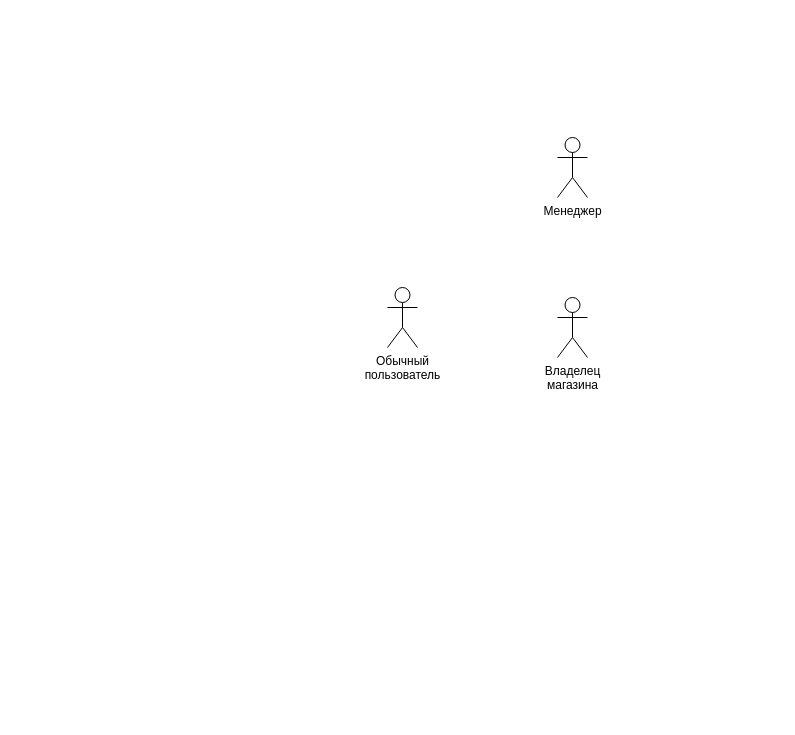
This is прецеденты.drawio from ktsin/CW_IGI, a draw.io file, before an edit. Source tidied: cells renumbered, new cells numbered last; positions are measured from the earlier drawing's top-left corner, leaving out a move shared by most shapes. Both pictures are drawn from the tidied source at 100%, with x=0, y=0 at pixel (387, 137).
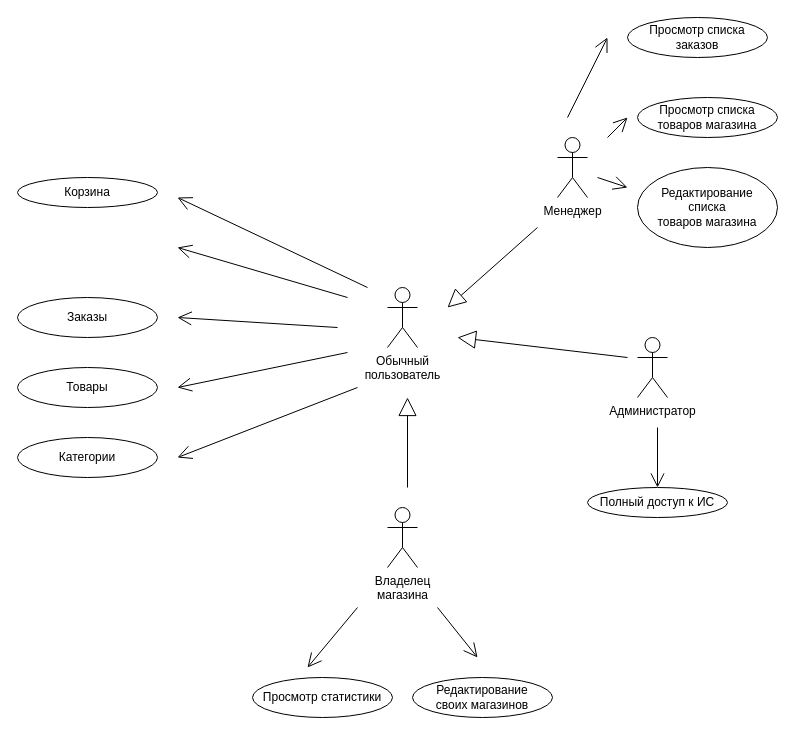
After the change.

What changed in the source:
```diff
@@
     <mxCell id="4" value="&lt;div&gt;Владелец &lt;br&gt;&lt;/div&gt;&lt;div&gt;магазина&lt;/div&gt;" style="shape=umlActor;verticalLabelPosition=bottom;verticalAlign=top;html=1;" parent="1" vertex="1">
-      <mxGeometry x="170" y="160" width="30" height="60" as="geometry" />
+      <mxGeometry y="370" width="30" height="60" as="geometry" />
     </mxCell>
+    <mxCell id="5" value="Администратор" style="shape=umlActor;verticalLabelPosition=bottom;verticalAlign=top;html=1;" parent="1" vertex="1">
+      <mxGeometry x="250" y="200" width="30" height="60" as="geometry" />
+    </mxCell>
+    <mxCell id="6" style="endArrow=block;endSize=16;endFill=0;html=1;" parent="1" edge="1">
+      <mxGeometry relative="1" as="geometry">
+        <mxPoint x="20" y="350" as="sourcePoint" />
+        <mxPoint x="20" y="260" as="targetPoint" />
+      </mxGeometry>
+    </mxCell>
+    <mxCell id="7" style="endArrow=block;endSize=16;endFill=0;html=1;" parent="1" edge="1">
+      <mxGeometry relative="1" as="geometry">
+        <mxPoint x="150" y="90" as="sourcePoint" />
+        <mxPoint x="60" y="170" as="targetPoint" />
+      </mxGeometry>
+    </mxCell>
+    <mxCell id="8" style="endArrow=block;endSize=16;endFill=0;html=1;" parent="1" edge="1">
+      <mxGeometry relative="1" as="geometry">
+        <mxPoint x="240" y="220" as="sourcePoint" />
+        <mxPoint x="70" y="200" as="targetPoint" />
+      </mxGeometry>
+    </mxCell>
+    <mxCell id="9" value="Просмотр списка&lt;br&gt;заказов" style="ellipse;whiteSpace=wrap;html=1;" parent="1" vertex="1">
+      <mxGeometry x="240" y="-120" width="140" height="40" as="geometry" />
+    </mxCell>
+    <mxCell id="10" value="Корзина" style="ellipse;whiteSpace=wrap;html=1;" parent="1" vertex="1">
+      <mxGeometry x="-370" y="40" width="140" height="30" as="geometry" />
+    </mxCell>
+    <mxCell id="11" value="Товары" style="ellipse;whiteSpace=wrap;html=1;" parent="1" vertex="1">
+      <mxGeometry x="-370" y="230" width="140" height="40" as="geometry" />
+    </mxCell>
+    <mxCell id="12" value="Заказы" style="ellipse;whiteSpace=wrap;html=1;" parent="1" vertex="1">
+      <mxGeometry x="-370" y="160" width="140" height="40" as="geometry" />
+    </mxCell>
+    <mxCell id="13" value="Категории" style="ellipse;whiteSpace=wrap;html=1;" parent="1" vertex="1">
+      <mxGeometry x="-370" y="300" width="140" height="40" as="geometry" />
+    </mxCell>
+    <mxCell id="14" style="endArrow=open;endFill=1;endSize=12;html=1;" parent="1" edge="1">
+      <mxGeometry relative="1" as="geometry">
+        <mxPoint x="-30" y="250" as="sourcePoint" />
+        <mxPoint x="-210" y="320" as="targetPoint" />
+      </mxGeometry>
+    </mxCell>
+    <mxCell id="15" style="endArrow=open;endFill=1;endSize=12;html=1;" parent="1" edge="1">
+      <mxGeometry relative="1" as="geometry">
+        <mxPoint x="-40" y="215" as="sourcePoint" />
+        <mxPoint x="-210" y="250" as="targetPoint" />
+      </mxGeometry>
+    </mxCell>
+    <mxCell id="16" style="endArrow=open;endFill=1;endSize=12;html=1;" parent="1" edge="1">
+      <mxGeometry relative="1" as="geometry">
+        <mxPoint x="-50" y="190" as="sourcePoint" />
+        <mxPoint x="-210" y="180" as="targetPoint" />
+      </mxGeometry>
+    </mxCell>
+    <mxCell id="17" style="endArrow=open;endFill=1;endSize=12;html=1;" parent="1" edge="1">
+      <mxGeometry relative="1" as="geometry">
+        <mxPoint x="-40" y="160" as="sourcePoint" />
+        <mxPoint x="-210" y="110" as="targetPoint" />
+      </mxGeometry>
+    </mxCell>
+    <mxCell id="18" style="endArrow=open;endFill=1;endSize=12;html=1;" parent="1" edge="1">
+      <mxGeometry relative="1" as="geometry">
+        <mxPoint x="-20" y="150" as="sourcePoint" />
+        <mxPoint x="-210" y="60" as="targetPoint" />
+      </mxGeometry>
+    </mxCell>
+    <mxCell id="19" value="Просмотр статистики" style="ellipse;whiteSpace=wrap;html=1;" parent="1" vertex="1">
+      <mxGeometry x="-135" y="540" width="140" height="40" as="geometry" />
+    </mxCell>
+    <mxCell id="20" value="&lt;div&gt;Редактирование&lt;/div&gt;&lt;div&gt;своих магазинов&lt;br&gt;&lt;/div&gt;" style="ellipse;whiteSpace=wrap;html=1;" parent="1" vertex="1">
+      <mxGeometry x="25" y="540" width="140" height="40" as="geometry" />
+    </mxCell>
+    <mxCell id="21" style="endArrow=open;endFill=1;endSize=12;html=1;" parent="1" edge="1">
+      <mxGeometry relative="1" as="geometry">
+        <mxPoint x="-30" y="470" as="sourcePoint" />
+        <mxPoint x="-80" y="530" as="targetPoint" />
+      </mxGeometry>
+    </mxCell>
+    <mxCell id="22" style="endArrow=open;endFill=1;endSize=12;html=1;" parent="1" edge="1">
+      <mxGeometry relative="1" as="geometry">
+        <mxPoint x="50" y="470" as="sourcePoint" />
+        <mxPoint x="90" y="520" as="targetPoint" />
+      </mxGeometry>
+    </mxCell>
+    <mxCell id="23" value="Полный доступ к ИС" style="ellipse;whiteSpace=wrap;html=1;" parent="1" vertex="1">
+      <mxGeometry x="200" y="350" width="140" height="30" as="geometry" />
+    </mxCell>
+    <mxCell id="24" style="endArrow=open;endFill=1;endSize=12;html=1;entryX=0.5;entryY=0;entryDx=0;entryDy=0;" parent="1" edge="1" target="23">
+      <mxGeometry relative="1" as="geometry">
+        <mxPoint x="270" y="290" as="sourcePoint" />
+      </mxGeometry>
+    </mxCell>
+    <mxCell id="25" value="Просмотр списка&lt;br&gt;товаров магазина" style="ellipse;whiteSpace=wrap;html=1;" parent="1" vertex="1">
+      <mxGeometry x="250" y="-40" width="140" height="40" as="geometry" />
+    </mxCell>
+    <mxCell id="26" value="&lt;div&gt;Редактирование&lt;/div&gt;&lt;div&gt; списка&lt;/div&gt;товаров магазина" style="ellipse;whiteSpace=wrap;html=1;" parent="1" vertex="1">
+      <mxGeometry x="250" y="30" width="140" height="80" as="geometry" />
+    </mxCell>
+    <mxCell id="27" style="endArrow=open;endFill=1;endSize=12;html=1;" parent="1" edge="1">
+      <mxGeometry relative="1" as="geometry">
+        <mxPoint x="180" y="-20" as="sourcePoint" />
+        <mxPoint x="220" y="-100" as="targetPoint" />
+      </mxGeometry>
+    </mxCell>
+    <mxCell id="28" style="endArrow=open;endFill=1;endSize=12;html=1;" parent="1" edge="1">
+      <mxGeometry relative="1" as="geometry">
+        <mxPoint x="220" as="sourcePoint" />
+        <mxPoint x="240" y="-20" as="targetPoint" />
+      </mxGeometry>
+    </mxCell>
+    <mxCell id="29" style="endArrow=open;endFill=1;endSize=12;html=1;" parent="1" edge="1">
+      <mxGeometry relative="1" as="geometry">
+        <mxPoint x="210" y="40" as="sourcePoint" />
+        <mxPoint x="240" y="50" as="targetPoint" />
+      </mxGeometry>
+    </mxCell>
```
